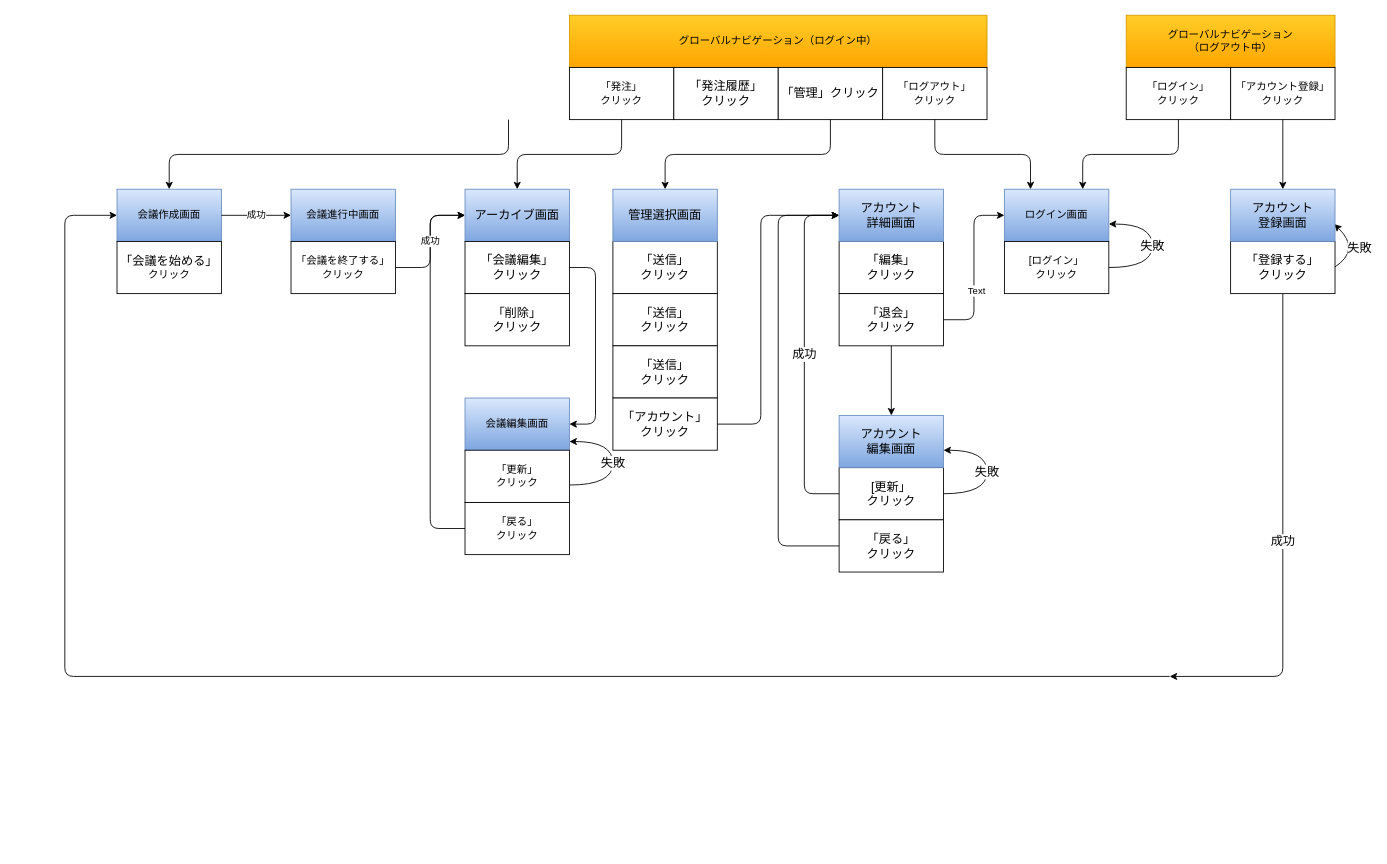
The draw.io diagram screen_transition.drawio in ushimedia/catalog_task_3, before the edit. Source tidied: cells renumbered, new cells numbered last; positions are measured from the earlier drawing's top-left corner, leaving out a move shared by most shapes. Both pictures are drawn from the tidied source at 87%, with x=0, y=0 at pixel (64, 15).
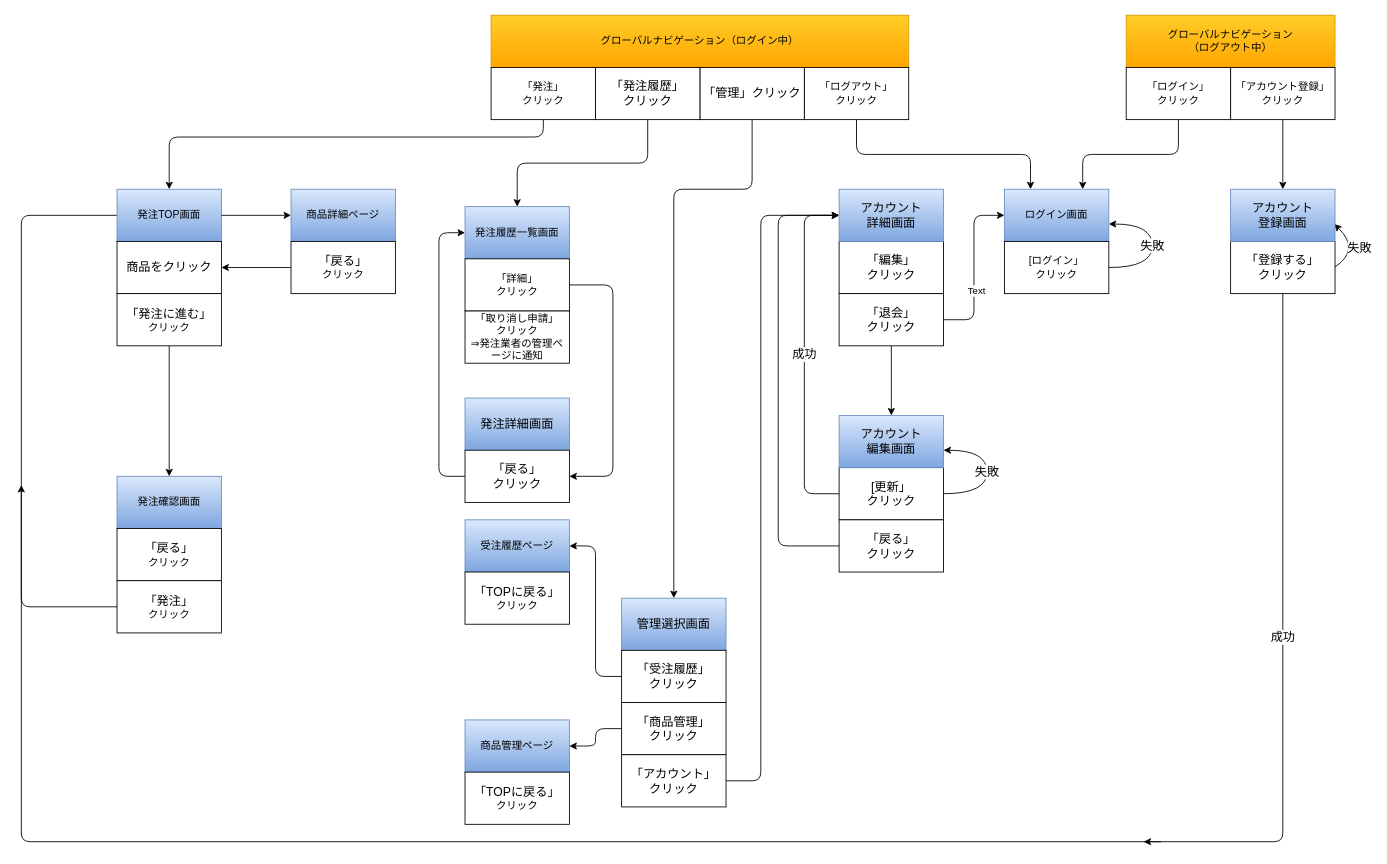
The same diagram, later.

The change refers to these unchanged cells:
```xml
<mxCell id="18" value="「登録する」&lt;br&gt;クリック" style="rounded=0;whiteSpace=wrap;html=1;fontSize=14;" parent="1" vertex="1">
  <mxGeometry x="1340" y="260" width="120" height="60" as="geometry" />
</mxCell>
```

The edit, as a diff of the source:
```diff
@@
+    <mxCell id="57" style="edgeStyle=elbowEdgeStyle;elbow=horizontal;endArrow=none;html=1;fontSize=14;entryX=0;entryY=0.5;entryDx=0;entryDy=0;" parent="1" edge="1" target="8">
+      <mxGeometry relative="1" as="geometry">
+        <mxPoint x="1260" y="950" as="sourcePoint" />
+        <Array as="points">
+          <mxPoint x="-50" y="870" />
+          <mxPoint x="-30" y="760" />
+        </Array>
+      </mxGeometry>
+    </mxCell>
     <mxCell id="2" value="グローバルナビゲーション（ログイン中）" style="rounded=0;whiteSpace=wrap;html=1;fillColor=#ffcd28;strokeColor=#d79b00;gradientColor=#ffa500;" parent="1" vertex="1">
-      <mxGeometry x="580" width="480" height="60" as="geometry" />
+      <mxGeometry x="490" width="480" height="60" as="geometry" />
     </mxCell>
     <mxCell id="3" value="「発注」&lt;br&gt;クリック" style="rounded=0;whiteSpace=wrap;html=1;" parent="1" vertex="1">
-      <mxGeometry x="580" y="60" width="120" height="60" as="geometry" />
+      <mxGeometry x="490" y="60" width="120" height="60" as="geometry" />
     </mxCell>
     <mxCell id="4" value="「ログアウト」&lt;br&gt;クリック" style="rounded=0;whiteSpace=wrap;html=1;" parent="1" vertex="1">
-      <mxGeometry x="940" y="60" width="120" height="60" as="geometry" />
+      <mxGeometry x="850" y="60" width="120" height="60" as="geometry" />
     </mxCell>
@@
-    <mxCell id="8" value="会議作成画面" style="rounded=0;whiteSpace=wrap;html=1;fillColor=#dae8fc;gradientColor=#7ea6e0;strokeColor=#6c8ebf;" parent="1" vertex="1">
+    <mxCell id="8" value="発注TOP画面" style="rounded=0;whiteSpace=wrap;html=1;fillColor=#dae8fc;gradientColor=#7ea6e0;strokeColor=#6c8ebf;" parent="1" vertex="1">
       <mxGeometry x="60" y="200" width="120" height="60" as="geometry" />
     </mxCell>
-    <mxCell id="9" value="&lt;span style=&quot;font-size: 14px&quot;&gt;「会議を始める」&lt;br&gt;&lt;/span&gt;クリック" style="rounded=0;whiteSpace=wrap;html=1;" parent="1" vertex="1">
+    <mxCell id="9" value="&lt;span style=&quot;font-size: 14px&quot;&gt;商品をクリック&lt;/span&gt;" style="rounded=0;whiteSpace=wrap;html=1;" parent="1" vertex="1">
       <mxGeometry x="60" y="260" width="120" height="60" as="geometry" />
     </mxCell>
@@
-    <mxCell id="15" value="&lt;font style=&quot;font-size: 14px&quot;&gt;失敗&lt;/font&gt;" style="curved=1;endArrow=classic;html=1;" parent="1" edge="1">
-      <mxGeometry relative="1" as="geometry">
-        <mxPoint x="580" y="540" as="sourcePoint" />
-        <mxPoint x="580" y="490" as="targetPoint" />
-        <Array as="points">
-          <mxPoint x="630" y="540" />
-          <mxPoint x="630" y="490" />
-          <mxPoint x="580" y="490" />
-        </Array>
-      </mxGeometry>
-    </mxCell>
@@
-    <mxCell id="20" value="「送信」&lt;br&gt;クリック" style="rounded=0;whiteSpace=wrap;html=1;fontSize=14;" parent="1" vertex="1">
-      <mxGeometry x="630" y="260" width="120" height="60" as="geometry" />
-    </mxCell>
@@
     <mxCell id="22" value="成功" style="edgeStyle=elbowEdgeStyle;elbow=horizontal;endArrow=classic;html=1;fontSize=14;exitX=0.5;exitY=1;exitDx=0;exitDy=0;" parent="1" edge="1" source="18">
       <mxGeometry relative="1" as="geometry">
-        <mxPoint x="1270" y="760" as="targetPoint" />
+        <mxPoint x="1240" y="950" as="targetPoint" />
         <Array as="points">
+          <mxPoint x="1400" y="790" />
           <mxPoint x="1400" y="680" />
         </Array>
       </mxGeometry>
     </mxCell>
-    <mxCell id="23" style="edgeStyle=elbowEdgeStyle;elbow=horizontal;endArrow=classic;html=1;fontSize=14;entryX=0;entryY=0.5;entryDx=0;entryDy=0;" parent="1" edge="1" target="8">
-      <mxGeometry relative="1" as="geometry">
-        <mxPoint x="1270" y="760" as="sourcePoint" />
-        <Array as="points">
-          <mxPoint y="490" />
-        </Array>
-      </mxGeometry>
-    </mxCell>
@@
-    <mxCell id="32" value="アーカイブ画面" style="rounded=0;whiteSpace=wrap;html=1;fontSize=14;fillColor=#dae8fc;gradientColor=#7ea6e0;strokeColor=#6c8ebf;" parent="1" vertex="1">
-      <mxGeometry x="460" y="200" width="120" height="60" as="geometry" />
+    <mxCell id="32" value="発注詳細画面" style="rounded=0;whiteSpace=wrap;html=1;fontSize=14;fillColor=#dae8fc;gradientColor=#7ea6e0;strokeColor=#6c8ebf;" parent="1" vertex="1">
+      <mxGeometry x="460" y="440" width="120" height="60" as="geometry" />
     </mxCell>
-    <mxCell id="33" value="「会議編集」&lt;br&gt;クリック" style="rounded=0;whiteSpace=wrap;html=1;fontSize=14;" parent="1" vertex="1">
-      <mxGeometry x="460" y="260" width="120" height="60" as="geometry" />
+    <mxCell id="33" value="「戻る」&lt;br&gt;クリック" style="rounded=0;whiteSpace=wrap;html=1;fontSize=14;" parent="1" vertex="1">
+      <mxGeometry x="460" y="500" width="120" height="60" as="geometry" />
     </mxCell>
-    <mxCell id="34" value="「削除」&lt;br&gt;クリック" style="rounded=0;whiteSpace=wrap;html=1;fontSize=14;" parent="1" vertex="1">
-      <mxGeometry x="460" y="320" width="120" height="60" as="geometry" />
-    </mxCell>
     <mxCell id="35" value="管理選択画面" style="rounded=0;whiteSpace=wrap;html=1;fontSize=14;fillColor=#dae8fc;gradientColor=#7ea6e0;strokeColor=#6c8ebf;" parent="1" vertex="1">
-      <mxGeometry x="630" y="200" width="120" height="60" as="geometry" />
+      <mxGeometry x="640" y="670" width="120" height="60" as="geometry" />
     </mxCell>
@@
-    <mxCell id="39" value="「発注履歴」&lt;br&gt;クリック" style="rounded=0;whiteSpace=wrap;html=1;fontSize=14;" parent="1" vertex="1">
-      <mxGeometry x="700" y="60" width="120" height="60" as="geometry" />
-    </mxCell>
     <mxCell id="40" value="「管理」クリック" style="rounded=0;whiteSpace=wrap;html=1;fontSize=14;" parent="1" vertex="1">
-      <mxGeometry x="820" y="60" width="120" height="60" as="geometry" />
+      <mxGeometry x="730" y="60" width="120" height="60" as="geometry" />
     </mxCell>
     <mxCell id="41" style="edgeStyle=elbowEdgeStyle;elbow=vertical;endArrow=classic;html=1;fontSize=14;entryX=0.5;entryY=0;entryDx=0;entryDy=0;exitX=0.5;exitY=1;exitDx=0;exitDy=0;" parent="1" edge="1" source="40" target="35">
-      <mxGeometry relative="1" as="geometry" />
+      <mxGeometry relative="1" as="geometry">
+        <Array as="points">
+          <mxPoint x="760" y="200" />
+        </Array>
+      </mxGeometry>
     </mxCell>
-    <mxCell id="42" style="edgeStyle=elbowEdgeStyle;elbow=vertical;endArrow=classic;html=1;fontSize=14;entryX=0.5;entryY=0;entryDx=0;entryDy=0;exitX=0.5;exitY=1;exitDx=0;exitDy=0;" parent="1" edge="1" target="32">
+    <mxCell id="42" style="edgeStyle=elbowEdgeStyle;elbow=vertical;endArrow=classic;html=1;fontSize=14;entryX=0.5;entryY=0;entryDx=0;entryDy=0;exitX=0.5;exitY=1;exitDx=0;exitDy=0;startArrow=none;" parent="1" edge="1" source="3" target="8">
       <mxGeometry relative="1" as="geometry">
-        <mxPoint x="640" y="120" as="sourcePoint" />
+        <Array as="points">
+          <mxPoint x="390" y="140" />
+        </Array>
       </mxGeometry>
     </mxCell>
-    <mxCell id="43" style="edgeStyle=elbowEdgeStyle;elbow=vertical;endArrow=classic;html=1;fontSize=14;entryX=0.5;entryY=0;entryDx=0;entryDy=0;exitX=0.5;exitY=1;exitDx=0;exitDy=0;" parent="1" edge="1" target="8">
-      <mxGeometry relative="1" as="geometry">
-        <mxPoint x="510" y="120" as="sourcePoint" />
-      </mxGeometry>
-    </mxCell>
-    <mxCell id="44" value="「戻る」&lt;br&gt;クリック" style="rounded=0;whiteSpace=wrap;html=1;" parent="1" vertex="1">
-      <mxGeometry x="460" y="560" width="120" height="60" as="geometry" />
-    </mxCell>
-    <mxCell id="45" value="会議編集画面" style="rounded=0;whiteSpace=wrap;html=1;fillColor=#dae8fc;gradientColor=#7ea6e0;strokeColor=#6c8ebf;" parent="1" vertex="1">
-      <mxGeometry x="460" y="440" width="120" height="60" as="geometry" />
-    </mxCell>
-    <mxCell id="46" style="edgeStyle=elbowEdgeStyle;elbow=horizontal;endArrow=classic;html=1;entryX=1;entryY=0.5;entryDx=0;entryDy=0;exitX=1;exitY=0.5;exitDx=0;exitDy=0;" parent="1" edge="1" source="33" target="45">
-      <mxGeometry relative="1" as="geometry">
-        <Array as="points">
-          <mxPoint x="610" y="390" />
-        </Array>
-      </mxGeometry>
-    </mxCell>
-    <mxCell id="47" value="会議進行中画面" style="rounded=0;whiteSpace=wrap;html=1;fillColor=#dae8fc;gradientColor=#7ea6e0;strokeColor=#6c8ebf;" parent="1" vertex="1">
-      <mxGeometry x="260" y="200" width="120" height="60" as="geometry" />
+    <mxCell id="47" value="発注履歴一覧画面" style="rounded=0;whiteSpace=wrap;html=1;fillColor=#dae8fc;gradientColor=#7ea6e0;strokeColor=#6c8ebf;" parent="1" vertex="1">
+      <mxGeometry x="460" y="220" width="120" height="60" as="geometry" />
     </mxCell>
-    <mxCell id="48" value="「更新」&lt;br&gt;クリック" style="rounded=0;whiteSpace=wrap;html=1;" parent="1" vertex="1">
-      <mxGeometry x="460" y="500" width="120" height="60" as="geometry" />
-    </mxCell>
-    <mxCell id="49" style="edgeStyle=elbowEdgeStyle;elbow=horizontal;endArrow=classic;html=1;entryX=0;entryY=0.5;entryDx=0;entryDy=0;exitX=0;exitY=0.5;exitDx=0;exitDy=0;" parent="1" edge="1" source="44" target="32">
-      <mxGeometry relative="1" as="geometry">
-        <Array as="points">
-          <mxPoint x="420" y="420" />
-        </Array>
-      </mxGeometry>
-    </mxCell>
-    <mxCell id="50" value="「会議を終了する」&lt;br&gt;クリック" style="rounded=0;whiteSpace=wrap;html=1;" parent="1" vertex="1">
-      <mxGeometry x="260" y="260" width="120" height="60" as="geometry" />
+    <mxCell id="50" value="「詳細」&lt;br&gt;クリック" style="rounded=0;whiteSpace=wrap;html=1;" parent="1" vertex="1">
+      <mxGeometry x="460" y="280" width="120" height="60" as="geometry" />
     </mxCell>
-    <mxCell id="51" value="成功" style="endArrow=classic;html=1;exitX=1;exitY=0.5;exitDx=0;exitDy=0;entryX=0;entryY=0.5;entryDx=0;entryDy=0;" parent="1" edge="1" source="8" target="47">
-      <mxGeometry relative="1" as="geometry" />
-    </mxCell>
-    <mxCell id="52" value="成功" style="edgeStyle=elbowEdgeStyle;elbow=horizontal;endArrow=classic;html=1;exitX=1;exitY=0.5;exitDx=0;exitDy=0;" parent="1" edge="1" source="50">
-      <mxGeometry relative="1" as="geometry">
-        <mxPoint x="460" y="230" as="targetPoint" />
-      </mxGeometry>
-    </mxCell>
-    <mxCell id="53" value="「送信」&lt;br&gt;クリック" style="rounded=0;whiteSpace=wrap;html=1;fontSize=14;" parent="1" vertex="1">
-      <mxGeometry x="630" y="320" width="120" height="60" as="geometry" />
-    </mxCell>
-    <mxCell id="54" value="「送信」&lt;br&gt;クリック" style="rounded=0;whiteSpace=wrap;html=1;fontSize=14;" parent="1" vertex="1">
-      <mxGeometry x="630" y="380" width="120" height="60" as="geometry" />
+    <mxCell id="54" value="「商品管理」&lt;br&gt;クリック" style="rounded=0;whiteSpace=wrap;html=1;fontSize=14;" parent="1" vertex="1">
+      <mxGeometry x="640" y="790" width="120" height="60" as="geometry" />
     </mxCell>
     <mxCell id="55" value="「アカウント」&lt;br&gt;クリック" style="rounded=0;whiteSpace=wrap;html=1;fontSize=14;" parent="1" vertex="1">
-      <mxGeometry x="630" y="440" width="120" height="60" as="geometry" />
+      <mxGeometry x="640" y="850" width="120" height="60" as="geometry" />
     </mxCell>
@@
+    <mxCell id="58" value="「受注履歴」&lt;br&gt;クリック" style="rounded=0;whiteSpace=wrap;html=1;fontSize=14;" parent="1" vertex="1">
+      <mxGeometry x="640" y="730" width="120" height="60" as="geometry" />
+    </mxCell>
+    <mxCell id="59" value="&lt;span style=&quot;font-size: 14px&quot;&gt;「発注に進む」&lt;br&gt;&lt;/span&gt;クリック" style="rounded=0;whiteSpace=wrap;html=1;" parent="1" vertex="1">
+      <mxGeometry x="60" y="320" width="120" height="60" as="geometry" />
+    </mxCell>
+    <mxCell id="60" value="発注確認画面" style="rounded=0;whiteSpace=wrap;html=1;fillColor=#dae8fc;gradientColor=#7ea6e0;strokeColor=#6c8ebf;" parent="1" vertex="1">
+      <mxGeometry x="60" y="530" width="120" height="60" as="geometry" />
+    </mxCell>
+    <mxCell id="61" style="endArrow=classic;html=1;exitX=0.5;exitY=1;exitDx=0;exitDy=0;" parent="1" edge="1" source="59">
+      <mxGeometry relative="1" as="geometry">
+        <mxPoint x="120" y="530" as="targetPoint" />
+      </mxGeometry>
+    </mxCell>
+    <mxCell id="62" style="edgeStyle=segmentEdgeStyle;endArrow=classic;html=1;exitX=0;exitY=0.5;exitDx=0;exitDy=0;" parent="1" edge="1">
+      <mxGeometry relative="1" as="geometry">
+        <mxPoint x="60" y="680" as="sourcePoint" />
+        <mxPoint x="-50" y="540" as="targetPoint" />
+      </mxGeometry>
+    </mxCell>
+    <mxCell id="39" value="「発注履歴」&lt;br&gt;クリック" style="rounded=0;whiteSpace=wrap;html=1;fontSize=14;" parent="1" vertex="1">
+      <mxGeometry x="610" y="60" width="120" height="60" as="geometry" />
+    </mxCell>
+    <mxCell id="63" style="edgeStyle=elbowEdgeStyle;elbow=vertical;endArrow=classic;html=1;fontSize=14;entryX=0.5;entryY=0;entryDx=0;entryDy=0;exitX=0.5;exitY=1;exitDx=0;exitDy=0;startArrow=none;" parent="1" edge="1" source="39" target="47">
+      <mxGeometry relative="1" as="geometry">
+        <Array as="points">
+          <mxPoint x="490" y="170" />
+        </Array>
+      </mxGeometry>
+    </mxCell>
+    <mxCell id="64" value="商品詳細ページ" style="rounded=0;whiteSpace=wrap;html=1;fillColor=#dae8fc;gradientColor=#7ea6e0;strokeColor=#6c8ebf;" parent="1" vertex="1">
+      <mxGeometry x="260" y="200" width="120" height="60" as="geometry" />
+    </mxCell>
+    <mxCell id="65" value="&lt;span style=&quot;font-size: 14px&quot;&gt;「戻る」&lt;br&gt;&lt;/span&gt;クリック" style="rounded=0;whiteSpace=wrap;html=1;" parent="1" vertex="1">
+      <mxGeometry x="260" y="260" width="120" height="60" as="geometry" />
+    </mxCell>
+    <mxCell id="66" style="endArrow=classic;html=1;exitX=1;exitY=0.5;exitDx=0;exitDy=0;" parent="1" edge="1" source="8">
+      <mxGeometry relative="1" as="geometry">
+        <mxPoint x="260" y="230" as="targetPoint" />
+      </mxGeometry>
+    </mxCell>
+    <mxCell id="67" style="endArrow=classic;html=1;exitX=0;exitY=0.5;exitDx=0;exitDy=0;entryX=1;entryY=0.5;entryDx=0;entryDy=0;" parent="1" edge="1" source="65" target="9">
+      <mxGeometry relative="1" as="geometry" />
+    </mxCell>
+    <mxCell id="68" value="&lt;span style=&quot;font-size: 14px&quot;&gt;「戻る」&lt;br&gt;&lt;/span&gt;クリック" style="rounded=0;whiteSpace=wrap;html=1;" parent="1" vertex="1">
+      <mxGeometry x="60" y="590" width="120" height="60" as="geometry" />
+    </mxCell>
+    <mxCell id="69" value="&lt;span style=&quot;font-size: 14px&quot;&gt;「発注」&lt;br&gt;&lt;/span&gt;クリック" style="rounded=0;whiteSpace=wrap;html=1;" parent="1" vertex="1">
+      <mxGeometry x="60" y="650" width="120" height="60" as="geometry" />
+    </mxCell>
+    <mxCell id="70" value="「取り消し申請」&lt;br&gt;クリック&lt;br&gt;⇒発注業者の管理ページに通知" style="rounded=0;whiteSpace=wrap;html=1;" parent="1" vertex="1">
+      <mxGeometry x="460" y="340" width="120" height="60" as="geometry" />
+    </mxCell>
+    <mxCell id="71" style="edgeStyle=elbowEdgeStyle;elbow=vertical;endArrow=classic;html=1;entryX=1;entryY=0.5;entryDx=0;entryDy=0;exitX=1;exitY=0.5;exitDx=0;exitDy=0;" parent="1" edge="1" source="50" target="33">
+      <mxGeometry relative="1" as="geometry">
+        <Array as="points">
+          <mxPoint x="630" y="420" />
+        </Array>
+      </mxGeometry>
+    </mxCell>
+    <mxCell id="72" style="edgeStyle=elbowEdgeStyle;elbow=vertical;endArrow=classic;html=1;entryX=0;entryY=0.5;entryDx=0;entryDy=0;exitX=0;exitY=0.5;exitDx=0;exitDy=0;" parent="1" edge="1" source="33" target="47">
+      <mxGeometry relative="1" as="geometry">
+        <Array as="points">
+          <mxPoint x="430" y="450" />
+        </Array>
+      </mxGeometry>
+    </mxCell>
+    <mxCell id="73" value="受注履歴ページ" style="rounded=0;whiteSpace=wrap;html=1;fillColor=#dae8fc;gradientColor=#7ea6e0;strokeColor=#6c8ebf;" parent="1" vertex="1">
+      <mxGeometry x="460" y="580" width="120" height="60" as="geometry" />
+    </mxCell>
+    <mxCell id="74" value="&lt;span style=&quot;font-size: 14px&quot;&gt;「TOPに戻る」&lt;br&gt;&lt;/span&gt;クリック" style="rounded=0;whiteSpace=wrap;html=1;" parent="1" vertex="1">
+      <mxGeometry x="460" y="640" width="120" height="60" as="geometry" />
+    </mxCell>
+    <mxCell id="75" value="商品管理ページ" style="rounded=0;whiteSpace=wrap;html=1;fillColor=#dae8fc;gradientColor=#7ea6e0;strokeColor=#6c8ebf;" parent="1" vertex="1">
+      <mxGeometry x="460" y="810" width="120" height="60" as="geometry" />
+    </mxCell>
+    <mxCell id="76" value="&lt;span style=&quot;font-size: 14px&quot;&gt;「TOPに戻る」&lt;br&gt;&lt;/span&gt;クリック" style="rounded=0;whiteSpace=wrap;html=1;" parent="1" vertex="1">
+      <mxGeometry x="460" y="870" width="120" height="60" as="geometry" />
+    </mxCell>
+    <mxCell id="77" style="edgeStyle=elbowEdgeStyle;elbow=horizontal;endArrow=classic;html=1;entryX=1;entryY=0.5;entryDx=0;entryDy=0;exitX=0;exitY=0.5;exitDx=0;exitDy=0;" parent="1" edge="1" source="58" target="73">
+      <mxGeometry relative="1" as="geometry" />
+    </mxCell>
+    <mxCell id="78" style="edgeStyle=elbowEdgeStyle;elbow=horizontal;endArrow=classic;html=1;entryX=1;entryY=0.5;entryDx=0;entryDy=0;exitX=0;exitY=0.5;exitDx=0;exitDy=0;" parent="1" edge="1" source="54" target="75">
+      <mxGeometry relative="1" as="geometry" />
+    </mxCell>
```
